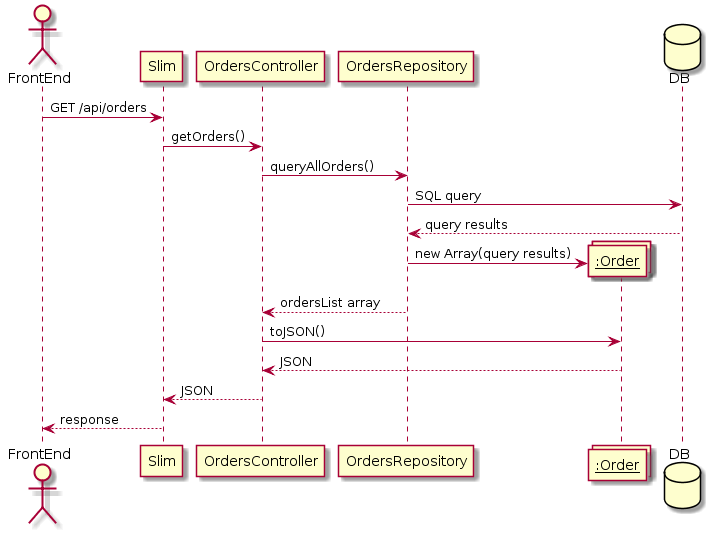
Above: docs/BackEnd/SequenceDiagram/GetOrders.png in malvinkooo/taxiSystem (PlantUML), before the change. Source of this version:
```plantuml
@startuml
actor FrontEnd
participant Slim
participant OrdersController
participant OrdersRepository
collections "__:Order__" as Orders
database DB

FrontEnd -> Slim : GET /api/orders
Slim -> OrdersController: getOrders()
OrdersController -> OrdersRepository : queryAllOrders()
OrdersRepository -> DB : SQL query
DB --> OrdersRepository: query results
create Orders
OrdersRepository -> Orders : new Array(query results)
OrdersRepository --> OrdersController : ordersList array
OrdersController -> Orders : toJSON()
Orders --> OrdersController : JSON
OrdersController --> Slim : JSON
Slim --> FrontEnd: response
@enduml
```
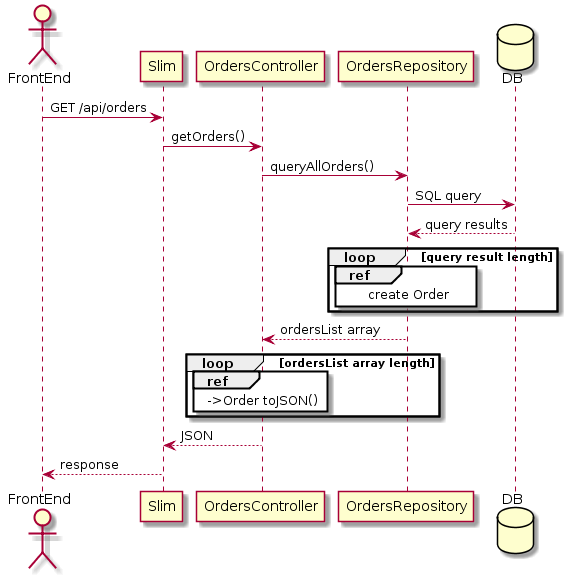
The same file after the commit.

Diff of the diagram source:
```diff
@@ -3,7 +3,6 @@
 participant Slim
 participant OrdersController
 participant OrdersRepository
-collections "__:Order__" as Orders
 database DB
 
 FrontEnd -> Slim : GET /api/orders
@@ -11,11 +10,21 @@
 OrdersController -> OrdersRepository : queryAllOrders()
 OrdersRepository -> DB : SQL query
 DB --> OrdersRepository: query results
-create Orders
-OrdersRepository -> Orders : new Array(query results)
+
+loop query result length
+ref over OrdersRepository
+create Order
+end ref
+end
+
 OrdersRepository --> OrdersController : ordersList array
-OrdersController -> Orders : toJSON()
-Orders --> OrdersController : JSON
+
+loop ordersList array length
+ref over OrdersController
+->Order toJSON()
+end ref
+end
+
 OrdersController --> Slim : JSON
 Slim --> FrontEnd: response
 @enduml
```
